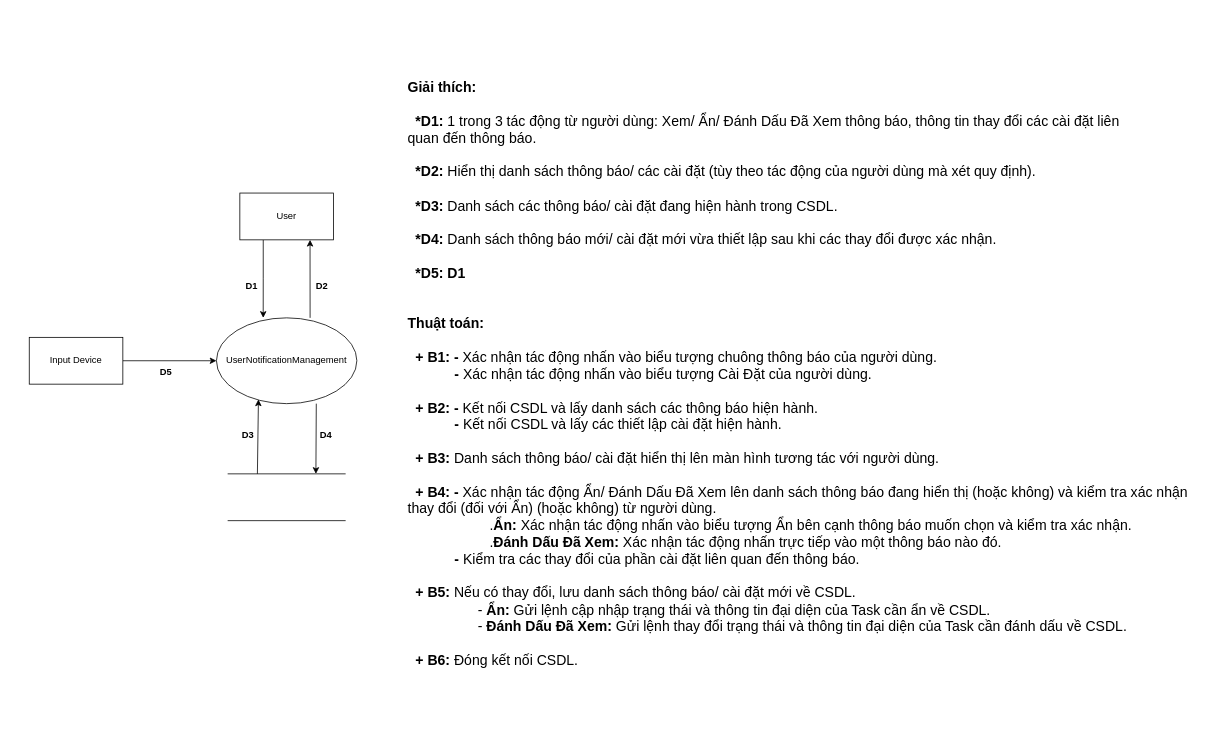
Merevoli-DatLuu/To-Do-App keeps this draw.io diagram as ToDoApp-Doc/Document/Diagram/General Diagram/UserNotificationManagement/TQ_UserNotificationManagement.drawio. Above is the earlier version. Source tidied: cells renumbered, new cells numbered last; positions are measured from the earlier drawing's top-left corner, leaving out a move shared by most shapes. Both pictures are drawn from the tidied source at 78%, with x=0, y=0 at pixel (13, 72).
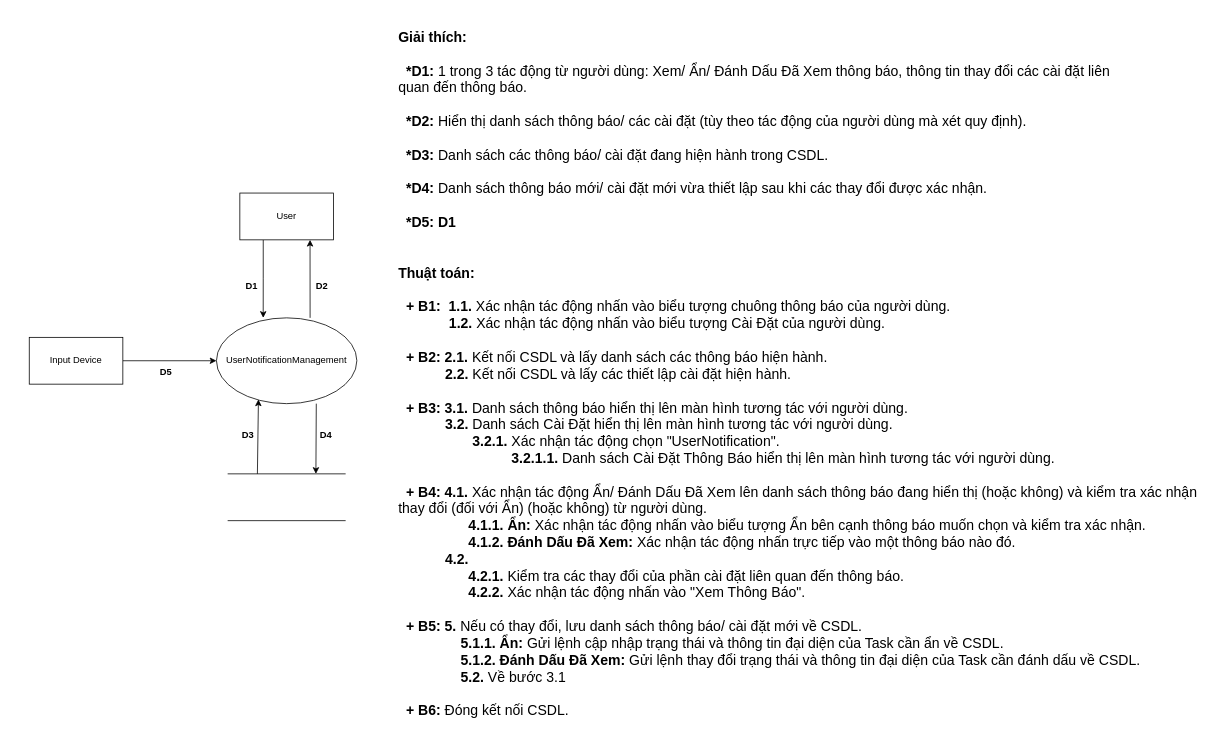
Above is the later version.

Commit message (it also covers changes not shown here):
[Modified]: UserNotificationManagement General Diagram

The edit, as a diff of the source:
```diff
@@
 <mxGraphModel>
   <root>
     <mxCell id="0" />
     <mxCell id="1" parent="0" />
     <mxCell id="2" style="html=1;dashed=0;whitespace=wrap;strokeColor=none;" parent="1" vertex="1">
-      <mxGeometry width="1540" height="770" as="geometry" />
+      <mxGeometry y="-75" width="1540" height="930" as="geometry" />
     </mxCell>
     <mxCell id="3" style="edgeStyle=orthogonalEdgeStyle;rounded=0;jettySize=auto;html=1;exitX=0.25;exitY=1;exitDx=0;exitDy=0;entryX=0.333;entryY=0;entryDx=0;entryDy=0;entryPerimeter=0;" parent="1" edge="1" source="4" target="5">
       <mxGeometry relative="1" as="geometry" />
     </mxCell>
     <mxCell id="4" value="User" style="rounded=0;whiteSpace=wrap;html=1;" parent="1" vertex="1">
       <mxGeometry x="290" y="155" width="120" height="60" as="geometry" />
     </mxCell>
     <mxCell id="5" value="UserNotificationManagement" style="ellipse;whiteSpace=wrap;html=1;" parent="1" vertex="1">
       <mxGeometry x="260" y="315" width="180" height="110" as="geometry" />
     </mxCell>
     <mxCell id="6" style="edgeStyle=orthogonalEdgeStyle;rounded=0;jettySize=auto;html=1;" parent="1" edge="1" source="7" target="5">
       <mxGeometry relative="1" as="geometry" />
     </mxCell>
     <mxCell id="7" value="Input Device" style="rounded=0;whiteSpace=wrap;html=1;" parent="1" vertex="1">
       <mxGeometry x="20" y="340" width="120" height="60" as="geometry" />
     </mxCell>
     <mxCell id="8" style="html=1;dashed=0;whitespace=wrap;shape=partialRectangle;right=0;left=0;" parent="1" vertex="1">
       <mxGeometry x="275" y="515" width="150" height="60" as="geometry" />
     </mxCell>
     <mxCell id="9" style="endArrow=classic;html=1;entryX=0.75;entryY=1;entryDx=0;entryDy=0;exitX=0.667;exitY=0;exitDx=0;exitDy=0;exitPerimeter=0;" parent="1" edge="1" source="5" target="4">
       <mxGeometry relative="1" as="geometry" />
     </mxCell>
     <mxCell id="10" style="endArrow=classic;html=1;exitX=0.25;exitY=0;exitDx=0;exitDy=0;entryX=0.299;entryY=0.951;entryDx=0;entryDy=0;entryPerimeter=0;" parent="1" edge="1" source="8" target="5">
       <mxGeometry relative="1" as="geometry" />
     </mxCell>
     <mxCell id="11" style="endArrow=classic;html=1;entryX=0.75;entryY=0;entryDx=0;entryDy=0;" parent="1" edge="1" target="8">
       <mxGeometry relative="1" as="geometry">
         <mxPoint x="388" y="425" as="sourcePoint" />
       </mxGeometry>
     </mxCell>
     <mxCell id="12" value="&lt;b&gt;D1&lt;/b&gt;" style="text;html=1;align=center;verticalAlign=middle;" parent="1" vertex="1">
       <mxGeometry x="290" y="265" width="30" height="20" as="geometry" />
     </mxCell>
     <mxCell id="13" value="&lt;b&gt;D2&lt;/b&gt;" style="text;html=1;align=center;verticalAlign=middle;" parent="1" vertex="1">
       <mxGeometry x="380" y="265" width="30" height="20" as="geometry" />
     </mxCell>
     <mxCell id="14" value="&lt;b&gt;D3&lt;/b&gt;" style="text;html=1;align=center;verticalAlign=middle;" parent="1" vertex="1">
       <mxGeometry x="285" y="455" width="30" height="20" as="geometry" />
     </mxCell>
     <mxCell id="15" value="&lt;b&gt;D4&lt;/b&gt;" style="text;html=1;align=center;verticalAlign=middle;" parent="1" vertex="1">
       <mxGeometry x="385" y="455" width="30" height="20" as="geometry" />
     </mxCell>
     <mxCell id="16" value="&lt;b&gt;D5&lt;/b&gt;" style="text;html=1;align=center;verticalAlign=middle;" parent="1" vertex="1">
       <mxGeometry x="180" y="375" width="30" height="20" as="geometry" />
     </mxCell>
-    <mxCell id="17" value="&lt;div style=&quot;text-align: justify&quot;&gt;&lt;b style=&quot;font-size: 18px&quot;&gt;Giải thích:&lt;/b&gt;&lt;/div&gt;&lt;div style=&quot;text-align: justify&quot;&gt;&lt;b style=&quot;font-size: 18px&quot;&gt;&lt;br&gt;&lt;/b&gt;&lt;/div&gt;&lt;div style=&quot;font-size: 18px ; text-align: justify&quot;&gt;&lt;b&gt;&amp;nbsp; *D1:&amp;nbsp;&lt;/b&gt;1 trong 3&amp;nbsp;tác động từ người dùng: Xem/ Ẩn/ Đánh Dấu Đã Xem thông báo, thông tin thay đổi các cài đặt liên&lt;/div&gt;&lt;div style=&quot;font-size: 18px ; text-align: justify&quot;&gt;quan đến thông báo.&lt;/div&gt;&lt;div style=&quot;font-size: 18px ; text-align: justify&quot;&gt;&lt;br&gt;&lt;/div&gt;&lt;div style=&quot;font-size: 18px ; text-align: justify&quot;&gt;&amp;nbsp;&amp;nbsp;&lt;b&gt;*D2:&amp;nbsp;&lt;/b&gt;Hiển thị danh sách thông báo/ các cài đặt (tùy theo tác động của người dùng mà xét quy định).&lt;/div&gt;&lt;div style=&quot;font-size: 18px ; text-align: justify&quot;&gt;&lt;br&gt;&lt;/div&gt;&lt;div style=&quot;font-size: 18px ; text-align: justify&quot;&gt;&amp;nbsp;&amp;nbsp;&lt;b&gt;*D3:&lt;/b&gt;&amp;nbsp;Danh sách các thông báo/ cài đặt đang hiện hành trong CSDL.&lt;/div&gt;&lt;div style=&quot;font-size: 18px ; text-align: justify&quot;&gt;&lt;br&gt;&lt;/div&gt;&lt;div style=&quot;font-size: 18px ; text-align: justify&quot;&gt;&amp;nbsp;&amp;nbsp;&lt;b&gt;*D4:&amp;nbsp;&lt;/b&gt;Danh sách thông báo mới/ cài đặt mới vừa thiết lập sau khi các thay đổi được xác nhận.&lt;/div&gt;&lt;div style=&quot;font-size: 18px ; text-align: justify&quot;&gt;&lt;br&gt;&lt;/div&gt;&lt;div style=&quot;font-size: 18px ; text-align: justify&quot;&gt;&amp;nbsp;&amp;nbsp;&lt;b&gt;*D5: D1&lt;/b&gt;&lt;/div&gt;&lt;div style=&quot;font-size: 18px ; text-align: justify&quot;&gt;&lt;br&gt;&lt;/div&gt;&lt;div style=&quot;font-size: 18px ; text-align: justify&quot;&gt;&lt;br&gt;&lt;/div&gt;&lt;div style=&quot;font-size: 18px ; text-align: justify&quot;&gt;&lt;b&gt;Thuật toán:&lt;/b&gt;&lt;/div&gt;&lt;div style=&quot;font-size: 18px ; text-align: justify&quot;&gt;&lt;b&gt;&lt;br&gt;&lt;/b&gt;&lt;/div&gt;&lt;div style=&quot;font-size: 18px ; text-align: justify&quot;&gt;&lt;b&gt;&amp;nbsp; + B1: - &lt;/b&gt;Xác nhận tác động nhấn vào biểu tượng chuông thông báo của người dùng.&lt;/div&gt;&lt;div style=&quot;font-size: 18px ; text-align: justify&quot;&gt;&amp;nbsp; &amp;nbsp; &amp;nbsp; &amp;nbsp; &amp;nbsp; &amp;nbsp; &lt;b&gt;- &lt;/b&gt;Xác nhận tác động nhấn vào biểu tượng Cài Đặt của người dùng.&lt;/div&gt;&lt;div style=&quot;font-size: 18px ; text-align: justify&quot;&gt;&lt;br&gt;&lt;/div&gt;&lt;div style=&quot;font-size: 18px ; text-align: justify&quot;&gt;&lt;b&gt;&amp;nbsp; + B2: -&amp;nbsp;&lt;/b&gt;Kết nối CSDL và lấy danh sách các thông báo hiện hành.&lt;/div&gt;&lt;div style=&quot;font-size: 18px ; text-align: justify&quot;&gt;&amp;nbsp; &amp;nbsp; &amp;nbsp; &amp;nbsp; &amp;nbsp; &amp;nbsp; &lt;b&gt;-&lt;/b&gt;&amp;nbsp;Kết nối CSDL và lấy các thiết lập cài đặt hiện hành.&lt;/div&gt;&lt;div style=&quot;font-size: 18px ; text-align: justify&quot;&gt;&lt;br&gt;&lt;/div&gt;&lt;div style=&quot;font-size: 18px ; text-align: justify&quot;&gt;&lt;b&gt;&amp;nbsp; + B3:&amp;nbsp;&lt;/b&gt;Danh sách thông báo/ cài đặt hiển thị lên màn hình tương tác với người dùng.&lt;/div&gt;&lt;div style=&quot;font-size: 18px ; text-align: justify&quot;&gt;&lt;br&gt;&lt;/div&gt;&lt;div style=&quot;font-size: 18px ; text-align: justify&quot;&gt;&lt;b&gt;&amp;nbsp; + B4: - &lt;/b&gt;Xác nhận&amp;nbsp;tác động Ẩn/ Đánh Dấu Đã Xem lên danh sách thông báo đang hiển thị (hoặc không) và kiểm tra xác nhận&lt;/div&gt;&lt;div style=&quot;font-size: 18px ; text-align: justify&quot;&gt;thay đổi (đối với Ẩn) (hoặc không)&amp;nbsp;&lt;span&gt;từ người dùng.&lt;/span&gt;&lt;/div&gt;&lt;div style=&quot;font-size: 18px ; text-align: justify&quot;&gt;&amp;nbsp; &amp;nbsp; &amp;nbsp; &amp;nbsp; &amp;nbsp; &amp;nbsp; &amp;nbsp; &amp;nbsp; &amp;nbsp; &amp;nbsp; &amp;nbsp;.&lt;b&gt;Ẩn: &lt;/b&gt;Xác nhận tác động&amp;nbsp;nhấn vào biểu tượng Ẩn bên cạnh thông báo muốn chọn và kiểm tra xác nhận.&lt;/div&gt;&lt;div style=&quot;font-size: 18px ; text-align: justify&quot;&gt;&amp;nbsp; &amp;nbsp; &amp;nbsp; &amp;nbsp; &amp;nbsp; &amp;nbsp; &amp;nbsp; &amp;nbsp; &amp;nbsp; &amp;nbsp; &amp;nbsp;.&lt;b&gt;Đánh Dấu Đã Xem: &lt;/b&gt;Xác nhận tác động&amp;nbsp;nhấn trực tiếp vào một thông báo nào đó.&lt;/div&gt;&lt;div style=&quot;font-size: 18px ; text-align: justify&quot;&gt;&amp;nbsp; &amp;nbsp; &amp;nbsp; &amp;nbsp; &amp;nbsp; &amp;nbsp; &lt;b&gt;- &lt;/b&gt;Kiểm tra các thay đổi của phần cài đặt liên quan đến thông báo.&lt;/div&gt;&lt;div style=&quot;font-size: 18px ; text-align: justify&quot;&gt;&lt;br&gt;&lt;/div&gt;&lt;div style=&quot;font-size: 18px ; text-align: justify&quot;&gt;&lt;b&gt;&amp;nbsp; + B5:&amp;nbsp;&lt;/b&gt;Nếu có thay đổi, lưu danh sách thông báo/ cài đặt mới về CSDL.&lt;/div&gt;&lt;div style=&quot;font-size: 18px ; text-align: justify&quot;&gt;&amp;nbsp; &amp;nbsp; &amp;nbsp; &amp;nbsp; &amp;nbsp; &amp;nbsp; &amp;nbsp; &amp;nbsp; &amp;nbsp; - &lt;b&gt;Ẩn: &lt;/b&gt;Gửi lệnh cập nhập trạng thái và thông tin đại diện của Task cần ẩn về CSDL.&lt;/div&gt;&lt;div style=&quot;font-size: 18px ; text-align: justify&quot;&gt;&amp;nbsp; &amp;nbsp; &amp;nbsp; &amp;nbsp; &amp;nbsp; &amp;nbsp; &amp;nbsp; &amp;nbsp; &amp;nbsp; - &lt;b&gt;Đánh Dấu Đã Xem: &lt;/b&gt;Gửi lệnh thay đổi trạng thái và thông tin đại diện của Task cần đánh dấu về CSDL.&lt;/div&gt;&lt;div style=&quot;font-size: 18px ; text-align: justify&quot;&gt;&amp;nbsp; &amp;nbsp; &amp;nbsp; &amp;nbsp; &amp;nbsp; &amp;nbsp; &amp;nbsp; &amp;nbsp; &amp;nbsp;&amp;nbsp;&lt;/div&gt;&lt;div style=&quot;font-size: 18px ; text-align: justify&quot;&gt;&lt;b&gt;&amp;nbsp; + B6:&amp;nbsp;&lt;/b&gt;Đóng kết nối CSDL.&lt;/div&gt;&lt;div&gt;&lt;br&gt;&lt;/div&gt;" style="text;html=1;align=center;verticalAlign=middle;" parent="1" vertex="1">
-      <mxGeometry x="495" y="145" width="1020" height="500" as="geometry" />
+    <mxCell id="17" value="&lt;div style=&quot;text-align: justify&quot;&gt;&lt;b style=&quot;font-size: 18px&quot;&gt;Giải thích:&lt;/b&gt;&lt;/div&gt;&lt;div style=&quot;text-align: justify&quot;&gt;&lt;b style=&quot;font-size: 18px&quot;&gt;&lt;br&gt;&lt;/b&gt;&lt;/div&gt;&lt;div style=&quot;font-size: 18px ; text-align: justify&quot;&gt;&lt;b&gt;&amp;nbsp; *D1:&amp;nbsp;&lt;/b&gt;1 trong 3&amp;nbsp;tác động từ người dùng: Xem/ Ẩn/ Đánh Dấu Đã Xem thông báo, thông tin thay đổi các cài đặt liên&lt;/div&gt;&lt;div style=&quot;font-size: 18px ; text-align: justify&quot;&gt;quan đến thông báo.&lt;/div&gt;&lt;div style=&quot;font-size: 18px ; text-align: justify&quot;&gt;&lt;br&gt;&lt;/div&gt;&lt;div style=&quot;font-size: 18px ; text-align: justify&quot;&gt;&amp;nbsp;&amp;nbsp;&lt;b&gt;*D2:&amp;nbsp;&lt;/b&gt;Hiển thị danh sách thông báo/ các cài đặt (tùy theo tác động của người dùng mà xét quy định).&lt;/div&gt;&lt;div style=&quot;font-size: 18px ; text-align: justify&quot;&gt;&lt;br&gt;&lt;/div&gt;&lt;div style=&quot;font-size: 18px ; text-align: justify&quot;&gt;&amp;nbsp;&amp;nbsp;&lt;b&gt;*D3:&lt;/b&gt;&amp;nbsp;Danh sách các thông báo/ cài đặt đang hiện hành trong CSDL.&lt;/div&gt;&lt;div style=&quot;font-size: 18px ; text-align: justify&quot;&gt;&lt;br&gt;&lt;/div&gt;&lt;div style=&quot;font-size: 18px ; text-align: justify&quot;&gt;&amp;nbsp;&amp;nbsp;&lt;b&gt;*D4:&amp;nbsp;&lt;/b&gt;Danh sách thông báo mới/ cài đặt mới vừa thiết lập sau khi các thay đổi được xác nhận.&lt;/div&gt;&lt;div style=&quot;font-size: 18px ; text-align: justify&quot;&gt;&lt;br&gt;&lt;/div&gt;&lt;div style=&quot;font-size: 18px ; text-align: justify&quot;&gt;&amp;nbsp;&amp;nbsp;&lt;b&gt;*D5: D1&lt;/b&gt;&lt;/div&gt;&lt;div style=&quot;font-size: 18px ; text-align: justify&quot;&gt;&lt;br&gt;&lt;/div&gt;&lt;div style=&quot;font-size: 18px ; text-align: justify&quot;&gt;&lt;br&gt;&lt;/div&gt;&lt;div style=&quot;font-size: 18px ; text-align: justify&quot;&gt;&lt;b&gt;Thuật toán:&lt;/b&gt;&lt;/div&gt;&lt;div style=&quot;font-size: 18px ; text-align: justify&quot;&gt;&lt;b&gt;&lt;br&gt;&lt;/b&gt;&lt;/div&gt;&lt;div style=&quot;font-size: 18px ; text-align: justify&quot;&gt;&lt;b&gt;&amp;nbsp; + B1:&amp;nbsp; 1.1.&amp;nbsp;&lt;/b&gt;Xác nhận tác động nhấn vào biểu tượng chuông thông báo của người dùng.&lt;/div&gt;&lt;div style=&quot;font-size: 18px ; text-align: justify&quot;&gt;&amp;nbsp; &amp;nbsp; &amp;nbsp; &amp;nbsp; &amp;nbsp; &amp;nbsp; &amp;nbsp;&lt;b&gt;1.2.&amp;nbsp;&lt;/b&gt;Xác nhận tác động nhấn vào biểu tượng Cài Đặt của người dùng.&lt;/div&gt;&lt;div style=&quot;font-size: 18px ; text-align: justify&quot;&gt;&lt;br&gt;&lt;/div&gt;&lt;div style=&quot;font-size: 18px ; text-align: justify&quot;&gt;&lt;b&gt;&amp;nbsp; + B2: 2.1.&amp;nbsp;&lt;/b&gt;Kết nối CSDL và lấy danh sách các thông báo hiện hành.&lt;/div&gt;&lt;div style=&quot;font-size: 18px ; text-align: justify&quot;&gt;&amp;nbsp; &amp;nbsp; &amp;nbsp; &amp;nbsp; &amp;nbsp; &amp;nbsp; &lt;b&gt;2.2.&lt;/b&gt;&amp;nbsp;Kết nối CSDL và lấy các thiết lập cài đặt hiện hành.&lt;/div&gt;&lt;div style=&quot;font-size: 18px ; text-align: justify&quot;&gt;&lt;br&gt;&lt;/div&gt;&lt;div style=&quot;font-size: 18px ; text-align: justify&quot;&gt;&lt;b&gt;&amp;nbsp; + B3: 3.1.&amp;nbsp;&lt;/b&gt;Danh sách thông báo hiển thị lên màn hình tương tác với người dùng.&lt;/div&gt;&lt;div style=&quot;font-size: 18px ; text-align: justify&quot;&gt;&amp;nbsp; &amp;nbsp; &amp;nbsp; &amp;nbsp; &amp;nbsp; &amp;nbsp; &lt;b&gt;3.2. &lt;/b&gt;Danh sách Cài Đặt hiển thị lên màn hình tương tác với người dùng.&lt;/div&gt;&lt;div style=&quot;font-size: 18px ; text-align: justify&quot;&gt;&amp;nbsp; &amp;nbsp; &amp;nbsp; &amp;nbsp; &amp;nbsp; &amp;nbsp; &amp;nbsp; &amp;nbsp; &amp;nbsp; &amp;nbsp;&lt;b&gt;3.2.1. &lt;/b&gt;Xác nhận tác động chọn &quot;UserNotification&quot;.&lt;/div&gt;&lt;div style=&quot;font-size: 18px ; text-align: justify&quot;&gt;&amp;nbsp; &amp;nbsp; &amp;nbsp; &amp;nbsp; &amp;nbsp; &amp;nbsp; &amp;nbsp; &amp;nbsp; &amp;nbsp; &amp;nbsp; &amp;nbsp; &amp;nbsp; &amp;nbsp; &amp;nbsp; &amp;nbsp;&lt;b&gt;3.2.1.1. &lt;/b&gt;Danh sách Cài Đặt Thông Báo hiển thị lên màn hình tương tác với người dùng.&lt;/div&gt;&lt;div style=&quot;font-size: 18px ; text-align: justify&quot;&gt;&lt;br&gt;&lt;/div&gt;&lt;div style=&quot;font-size: 18px ; text-align: justify&quot;&gt;&lt;b&gt;&amp;nbsp; + B4: 4.1.&amp;nbsp;&lt;/b&gt;Xác nhận&amp;nbsp;tác động Ẩn/ Đánh Dấu Đã Xem lên danh sách thông báo đang hiển thị (hoặc không) và kiểm tra xác nhận&lt;/div&gt;&lt;div style=&quot;font-size: 18px ; text-align: justify&quot;&gt;thay đổi (đối với Ẩn) (hoặc không)&amp;nbsp;&lt;span&gt;từ người dùng.&lt;/span&gt;&lt;/div&gt;&lt;div style=&quot;font-size: 18px ; text-align: justify&quot;&gt;&amp;nbsp; &amp;nbsp; &amp;nbsp; &amp;nbsp; &amp;nbsp; &amp;nbsp; &amp;nbsp; &amp;nbsp; &amp;nbsp; &lt;b&gt;4.1.1.&lt;/b&gt;&amp;nbsp;&lt;b&gt;Ẩn: &lt;/b&gt;Xác nhận tác động&amp;nbsp;nhấn vào biểu tượng Ẩn bên cạnh thông báo muốn chọn và kiểm tra xác nhận.&lt;/div&gt;&lt;div style=&quot;font-size: 18px ; text-align: justify&quot;&gt;&amp;nbsp; &amp;nbsp; &amp;nbsp; &amp;nbsp; &amp;nbsp; &amp;nbsp; &amp;nbsp; &amp;nbsp; &amp;nbsp; &lt;b&gt;4.1.2.&lt;/b&gt;&amp;nbsp;&lt;b&gt;Đánh Dấu Đã Xem: &lt;/b&gt;Xác nhận tác động&amp;nbsp;nhấn trực tiếp vào một thông báo nào đó.&lt;/div&gt;&lt;div style=&quot;font-size: 18px ; text-align: justify&quot;&gt;&amp;nbsp; &amp;nbsp; &amp;nbsp; &amp;nbsp; &amp;nbsp; &amp;nbsp; &lt;b&gt;4.2.&lt;/b&gt;&lt;/div&gt;&lt;div style=&quot;font-size: 18px ; text-align: justify&quot;&gt;&amp;nbsp; &amp;nbsp; &amp;nbsp; &amp;nbsp; &amp;nbsp; &amp;nbsp; &amp;nbsp; &amp;nbsp; &amp;nbsp;&amp;nbsp;&lt;b&gt;4.2.1.&amp;nbsp;&lt;/b&gt;Kiểm tra các thay đổi của phần cài đặt liên quan đến thông báo.&lt;/div&gt;&lt;div style=&quot;font-size: 18px ; text-align: justify&quot;&gt;&amp;nbsp; &amp;nbsp; &amp;nbsp; &amp;nbsp; &amp;nbsp; &amp;nbsp; &amp;nbsp; &amp;nbsp; &amp;nbsp;&amp;nbsp;&lt;b&gt;4.2.2. &lt;/b&gt;Xác nhận tác động nhấn vào &quot;Xem Thông Báo&quot;.&lt;/div&gt;&lt;div style=&quot;font-size: 18px ; text-align: justify&quot;&gt;&lt;br&gt;&lt;/div&gt;&lt;div style=&quot;font-size: 18px ; text-align: justify&quot;&gt;&lt;b&gt;&amp;nbsp; + B5:&amp;nbsp;&lt;/b&gt;&lt;b&gt;5.&lt;/b&gt;&lt;span&gt;&amp;nbsp;&lt;/span&gt;&lt;span&gt;Nếu có thay đổi, lưu danh sách thông báo/ cài đặt mới về CSDL.&amp;nbsp;&lt;/span&gt;&lt;/div&gt;&lt;div style=&quot;font-size: 18px ; text-align: justify&quot;&gt;&lt;span&gt;&lt;b&gt;&amp;nbsp; &amp;nbsp; &amp;nbsp; &amp;nbsp; &amp;nbsp; &amp;nbsp; &amp;nbsp; &amp;nbsp; 5.1.1.&lt;/b&gt;&amp;nbsp;&lt;/span&gt;&lt;b&gt;Ẩn: &lt;/b&gt;&lt;span&gt;Gửi lệnh cập nhập trạng thái và thông tin đại diện của Task cần ẩn về CSDL.&lt;/span&gt;&lt;/div&gt;&lt;div style=&quot;font-size: 18px ; text-align: justify&quot;&gt;&amp;nbsp; &amp;nbsp; &amp;nbsp; &amp;nbsp; &amp;nbsp; &amp;nbsp; &amp;nbsp; &amp;nbsp;&amp;nbsp;&lt;b&gt;5.1.2.&lt;/b&gt;&amp;nbsp;&lt;b&gt;Đánh Dấu Đã Xem: &lt;/b&gt;Gửi lệnh thay đổi trạng thái và thông tin đại diện của Task cần đánh dấu về CSDL.&lt;/div&gt;&lt;div style=&quot;font-size: 18px ; text-align: justify&quot;&gt;&amp;nbsp; &amp;nbsp; &amp;nbsp; &amp;nbsp; &amp;nbsp; &amp;nbsp; &amp;nbsp; &amp;nbsp; &lt;b&gt;5.2. &lt;/b&gt;Về bước 3.1&lt;/div&gt;&lt;div style=&quot;font-size: 18px ; text-align: justify&quot;&gt;&amp;nbsp; &amp;nbsp; &amp;nbsp; &amp;nbsp; &amp;nbsp; &amp;nbsp;&amp;nbsp;&lt;span&gt;&amp;nbsp; &amp;nbsp; &amp;nbsp;&amp;nbsp;&lt;/span&gt;&lt;/div&gt;&lt;div style=&quot;font-size: 18px ; text-align: justify&quot;&gt;&lt;b&gt;&amp;nbsp; + B6:&amp;nbsp;&lt;/b&gt;Đóng kết nối CSDL.&lt;/div&gt;&lt;div&gt;&lt;br&gt;&lt;/div&gt;" style="text;html=1;align=center;verticalAlign=middle;" parent="1" vertex="1">
+      <mxGeometry x="485" y="105" width="1040" height="580" as="geometry" />
     </mxCell>
   </root>
 </mxGraphModel>
```
